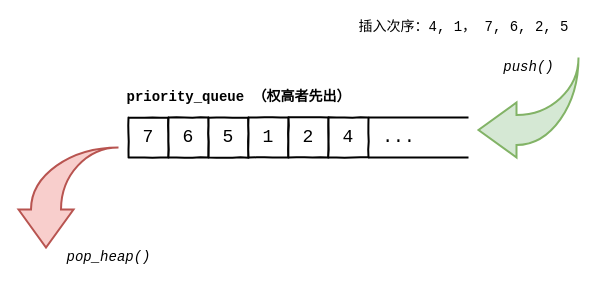
The draw.io diagram BlogImages/STL/priority_queue.drawio in JoyChenNo1/JoyChenNo1.github.io, before the edit. Source tidied: cells renumbered, new cells numbered last; positions are measured from the earlier drawing's top-left corner, leaving out a move shared by most shapes. Both pictures are drawn from the tidied source at 100%, with x=0, y=0 at pixel (18, 17).
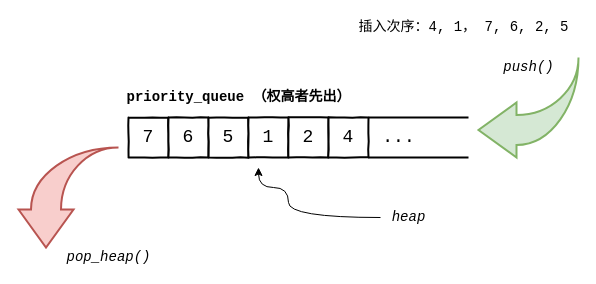
After the change.

The edit, as a diff of the source:
```diff
@@
+    <mxCell id="17" style="edgeStyle=orthogonalEdgeStyle;rounded=0;orthogonalLoop=1;jettySize=auto;html=1;curved=1;" parent="1" edge="1">
+      <mxGeometry relative="1" as="geometry">
+        <mxPoint x="362" y="200" as="sourcePoint" />
+        <mxPoint x="240" y="150" as="targetPoint" />
+        <Array as="points">
+          <mxPoint x="362" y="200" />
+          <mxPoint x="270" y="200" />
+          <mxPoint x="270" y="170" />
+          <mxPoint x="240" y="170" />
+        </Array>
+      </mxGeometry>
+    </mxCell>
+    <mxCell id="18" value="&lt;font face=&quot;Courier New&quot; style=&quot;font-size: 14px&quot;&gt;&lt;i&gt;heap&lt;/i&gt;&lt;/font&gt;" style="text;html=1;align=center;verticalAlign=middle;strokeColor=none;" parent="1" vertex="1">
+      <mxGeometry x="365" y="190" width="50" height="20" as="geometry" />
+    </mxCell>
```
